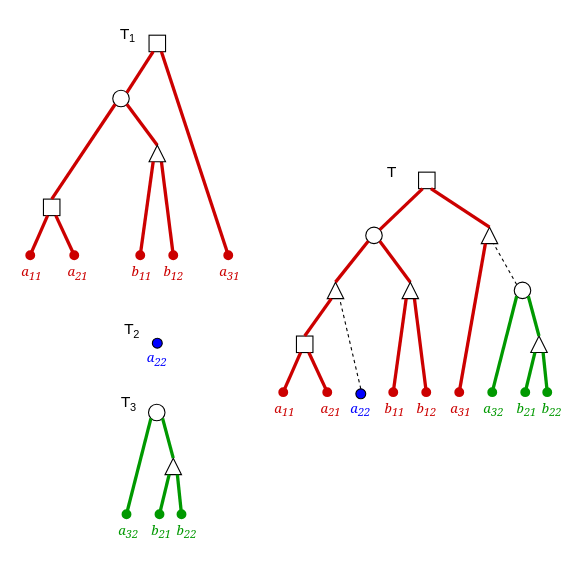
This is page "clustering" (4 of 4) of phylogenies.drawio from dondavy/samples_draw.io, a draw.io file, before an edit. Source tidied: cells renumbered, new cells numbered last; positions are measured from the earlier drawing's top-left corner, leaving out a move shared by most shapes. Both pictures are drawn from the tidied source at 110%, with x=0, y=0 at pixel (19, 19).
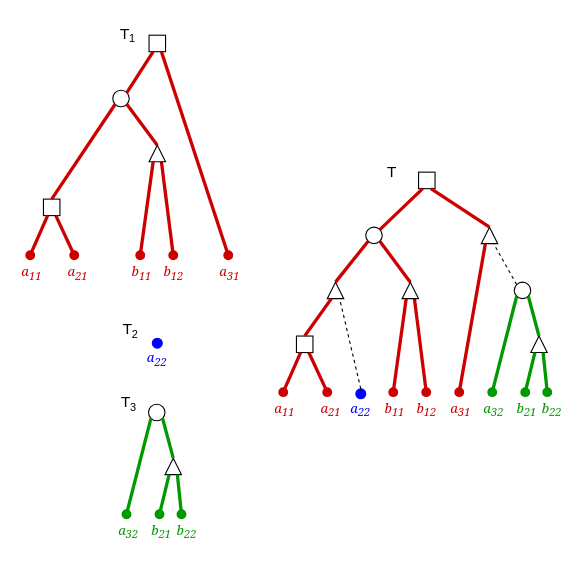
The same page after the edit.

The change refers to these unchanged cells:
```xml
<mxCell id="2" style="group;" parent="1" vertex="1">
  <mxGeometry y="-0.5" width="496" height="476.5" as="geometry" />
</mxCell>
<mxCell id="31" style="group;" parent="2" vertex="1">
  <mxGeometry x="230" y="139.5" width="266" height="226" as="geometry" />
</mxCell>
```

What changed in the source:
```diff
@@
-    <mxCell id="20" style="ellipse;whiteSpace=wrap;html=1;fillColor=#0000FF;" parent="2" vertex="1">
+    <mxCell id="20" style="ellipse;whiteSpace=wrap;html=1;fillColor=#0000FF;strokeColor=#0000FF;" parent="2" vertex="1">
       <mxGeometry x="121" y="290.5" width="9" height="9" as="geometry" />
     </mxCell>
@@
-    <mxCell id="55" style="ellipse;whiteSpace=wrap;html=1;fillColor=#0000FF;" parent="31" vertex="1">
+    <mxCell id="55" style="ellipse;whiteSpace=wrap;html=1;fillColor=#0000FF;strokeColor=#0000FF;" parent="31" vertex="1">
       <mxGeometry x="76" y="197" width="9" height="9" as="geometry" />
     </mxCell>
@@
     <mxCell id="68" value="&lt;font style=&quot;font-size: 13px;&quot; face=&quot;Verdana&quot;&gt;T&lt;/font&gt;&lt;sub&gt;2&lt;/sub&gt;" style="text;html=1;strokeColor=none;fillColor=none;align=center;verticalAlign=middle;whiteSpace=wrap;rounded=0;" parent="2" vertex="1">
-      <mxGeometry x="73" y="269.5" width="60" height="30" as="geometry" />
+      <mxGeometry x="73" y="269.5" width="57" height="30" as="geometry" />
     </mxCell>
```
